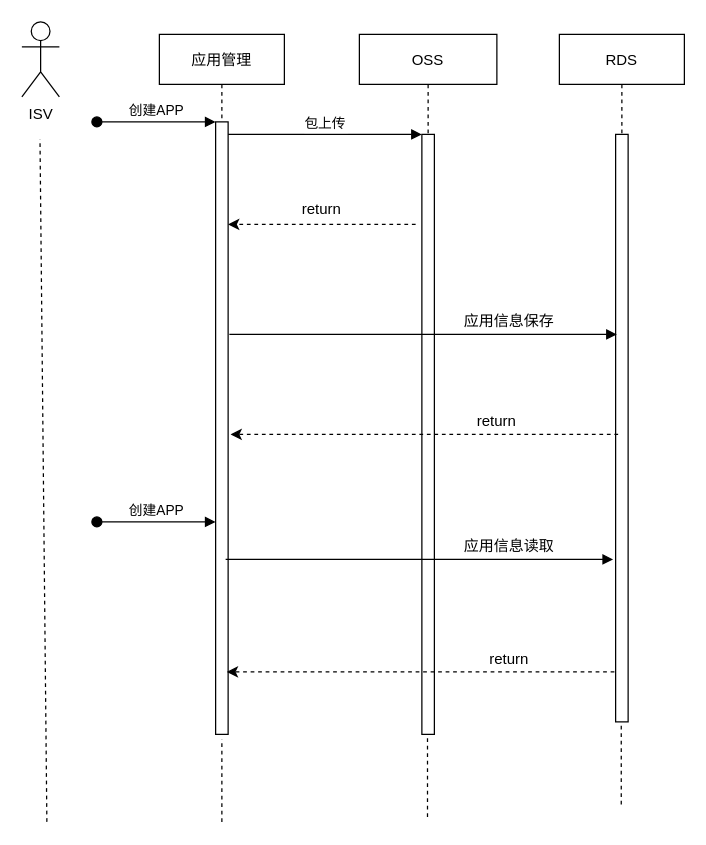
The draw.io diagram ISV_flow.drawio in chenkangzeng/appstreaming, before the edit. Source tidied: cells renumbered, new cells numbered last; positions are measured from the earlier drawing's top-left corner, leaving out a move shared by most shapes. Both pictures are drawn from the tidied source at 125%, with x=0, y=0 at pixel (21, 21).
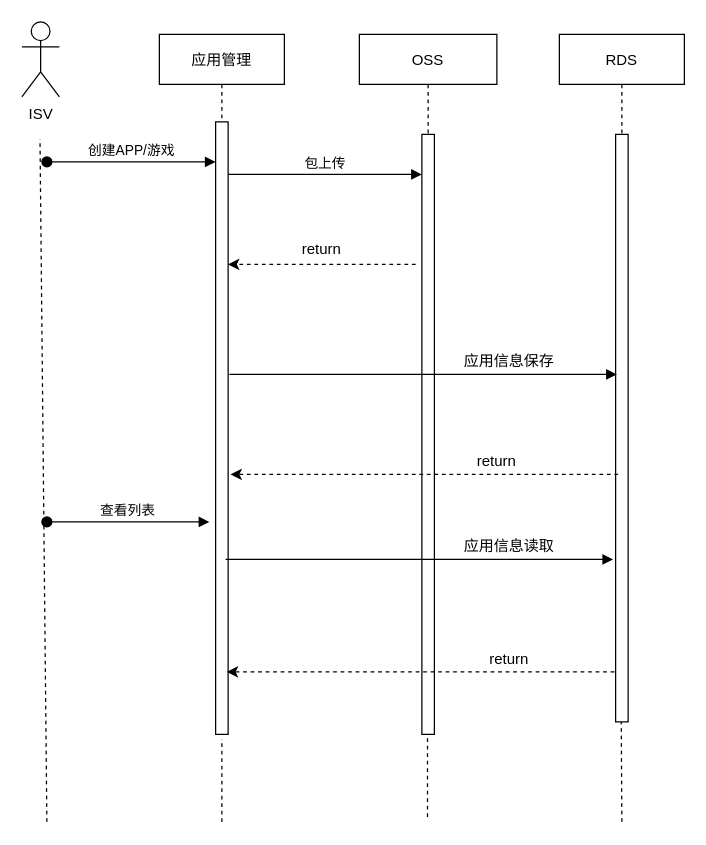
The same diagram, later.

Unchanged cells that the change refers to:
```xml
<mxCell id="2" value="应用管理" style="shape=umlLifeline;perimeter=lifelinePerimeter;rounded=0;shadow=0;strokeWidth=1;" parent="1" vertex="1">
  <mxGeometry x="110" y="10" width="100" height="560" as="geometry" />
</mxCell>
<mxCell id="3" style="points=[];perimeter=orthogonalPerimeter;rounded=0;shadow=0;strokeWidth=1;" parent="2" vertex="1">
  <mxGeometry x="45" y="70" width="10" height="490" as="geometry" />
</mxCell>
<mxCell id="6" style="points=[];perimeter=orthogonalPerimeter;rounded=0;shadow=0;strokeWidth=1;" parent="5" vertex="1">
  <mxGeometry x="50" y="80" width="10" height="480" as="geometry" />
</mxCell>
```

The edit, as a diff of the source:
```diff
@@
-    <mxCell id="4" value="创建APP" style="verticalAlign=bottom;startArrow=oval;endArrow=block;startSize=8;shadow=0;strokeWidth=1;" parent="2" edge="1" target="3">
+    <mxCell id="4" value="创建APP/游戏" style="verticalAlign=bottom;startArrow=oval;endArrow=block;startSize=8;shadow=0;strokeWidth=1;" parent="2" edge="1">
       <mxGeometry relative="1" as="geometry">
-        <mxPoint x="-50" y="70" as="sourcePoint" />
+        <mxPoint x="-90" y="102" as="sourcePoint" />
+        <mxPoint x="45" y="102" as="targetPoint" />
       </mxGeometry>
     </mxCell>
@@
-    <mxCell id="7" value="包上传" style="verticalAlign=bottom;endArrow=block;entryX=0;entryY=0;shadow=0;strokeWidth=1;" parent="1" edge="1" source="3" target="6">
-      <mxGeometry relative="1" as="geometry" />
+    <mxCell id="7" value="包上传" style="verticalAlign=bottom;endArrow=block;entryX=0;entryY=0;shadow=0;strokeWidth=1;" parent="1" edge="1">
+      <mxGeometry relative="1" as="geometry">
+        <mxPoint x="165" y="122" as="sourcePoint" />
+        <mxPoint x="320" y="122" as="targetPoint" />
+      </mxGeometry>
     </mxCell>
@@
     <mxCell id="11" style="verticalAlign=bottom;endArrow=block;shadow=0;strokeWidth=1;" parent="1" edge="1">
       <mxGeometry x="0.55" y="23" relative="1" as="geometry">
-        <mxPoint x="166" y="250" as="sourcePoint" />
-        <mxPoint x="476" y="250" as="targetPoint" />
+        <mxPoint x="166" y="282" as="sourcePoint" />
+        <mxPoint x="476" y="282" as="targetPoint" />
       </mxGeometry>
     </mxCell>
     <mxCell id="12" value="应用信息保存" style="text;html=1;strokeColor=none;fillColor=none;align=center;verticalAlign=middle;whiteSpace=wrap;rounded=0;" parent="1" vertex="1">
-      <mxGeometry x="340" y="230" width="100" height="20" as="geometry" />
+      <mxGeometry x="340" y="262" width="100" height="20" as="geometry" />
     </mxCell>
     <mxCell id="13" style="endArrow=classic;html=1;dashed=1;" parent="1" edge="1">
       <mxGeometry relative="1" as="geometry">
-        <mxPoint x="315" y="162" as="sourcePoint" />
-        <mxPoint x="165" y="162" as="targetPoint" />
+        <mxPoint x="315" y="194" as="sourcePoint" />
+        <mxPoint x="165" y="194" as="targetPoint" />
       </mxGeometry>
     </mxCell>
     <mxCell id="14" value="return" style="text;html=1;strokeColor=none;fillColor=none;align=center;verticalAlign=middle;whiteSpace=wrap;rounded=0;" parent="1" vertex="1">
-      <mxGeometry x="190" y="140" width="100" height="20" as="geometry" />
+      <mxGeometry x="190" y="172" width="100" height="20" as="geometry" />
     </mxCell>
     <mxCell id="15" style="endArrow=classic;html=1;dashed=1;" parent="1" edge="1">
       <mxGeometry relative="1" as="geometry">
-        <mxPoint x="477" y="330" as="sourcePoint" />
-        <mxPoint x="167" y="330" as="targetPoint" />
+        <mxPoint x="477" y="362" as="sourcePoint" />
+        <mxPoint x="167" y="362" as="targetPoint" />
       </mxGeometry>
     </mxCell>
     <mxCell id="16" value="return" style="text;html=1;strokeColor=none;fillColor=none;align=center;verticalAlign=middle;whiteSpace=wrap;rounded=0;" parent="1" vertex="1">
-      <mxGeometry x="330" y="310" width="100" height="20" as="geometry" />
+      <mxGeometry x="330" y="342" width="100" height="20" as="geometry" />
     </mxCell>
-    <mxCell id="17" value="创建APP" style="verticalAlign=bottom;startArrow=oval;endArrow=block;startSize=8;shadow=0;strokeWidth=1;" parent="1" edge="1">
+    <mxCell id="17" value="查看列表" style="verticalAlign=bottom;startArrow=oval;endArrow=block;startSize=8;shadow=0;strokeWidth=1;" parent="1" edge="1">
       <mxGeometry relative="1" as="geometry">
-        <mxPoint x="60" y="400" as="sourcePoint" />
-        <mxPoint x="155" y="400" as="targetPoint" />
+        <mxPoint x="20" y="400" as="sourcePoint" />
+        <mxPoint x="150" y="400" as="targetPoint" />
       </mxGeometry>
     </mxCell>
@@
     <mxCell id="24" style="endArrow=none;dashed=1;html=1;entryX=0.5;entryY=1.008;entryDx=0;entryDy=0;entryPerimeter=0;" parent="1" edge="1">
       <mxGeometry relative="1" as="geometry">
-        <mxPoint x="479.5" y="626.1" as="sourcePoint" />
+        <mxPoint x="480" y="640" as="sourcePoint" />
         <mxPoint x="479.5" y="560" as="targetPoint" />
       </mxGeometry>
     </mxCell>
```
